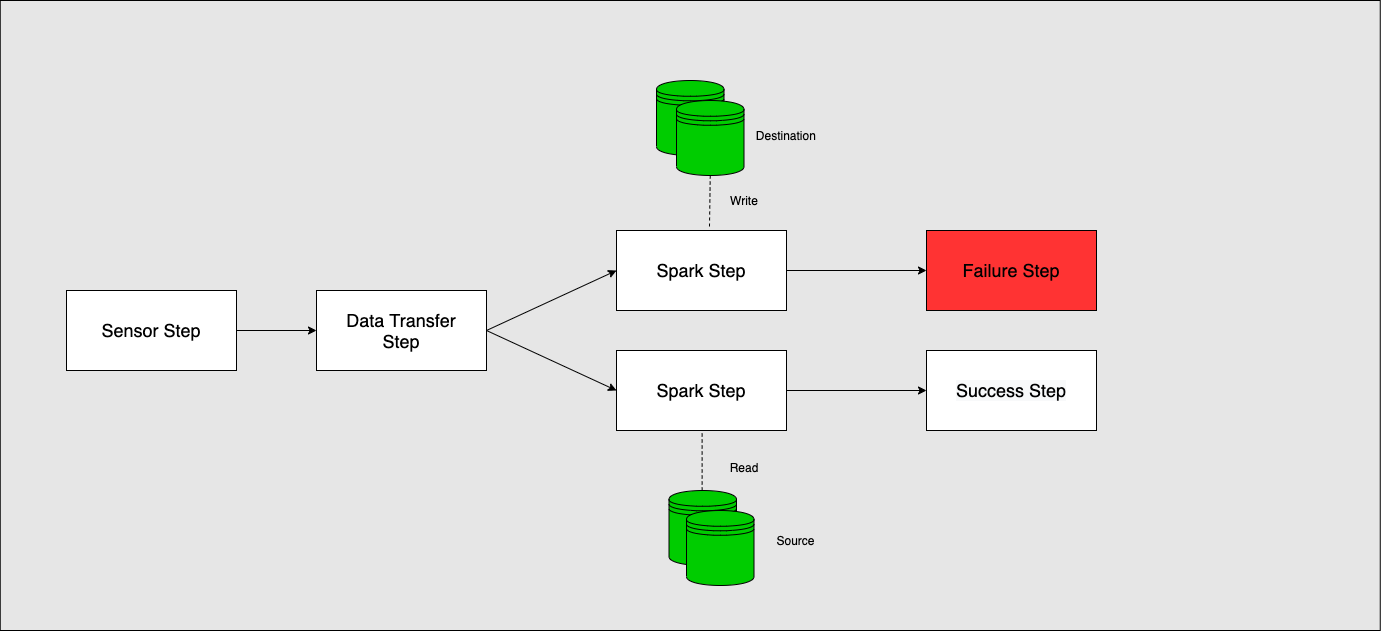
The draw.io diagram modules/docs/src/main/mdoc/docs/etlflow.png in tharwaninitin/etlflow, before a commit. Source tidied: cells renumbered, new cells last; positions are measured from the earlier drawing's top-left corner, leaving out a move shared by most shapes. Its diagram source:
```xml
<mxGraphModel>
  <root>
    <mxCell id="0" />
    <mxCell id="1" parent="0" />
    <mxCell id="2" style="rounded=0;whiteSpace=wrap;html=1;fillColor=#E6E6E6;" parent="1" vertex="1">
      <mxGeometry x="-0.2" width="1380" height="630" as="geometry" />
    </mxCell>
    <mxCell id="3" style="rounded=0;whiteSpace=wrap;html=1;" parent="1" vertex="1">
      <mxGeometry x="66" y="290" width="170" height="80" as="geometry" />
    </mxCell>
    <mxCell id="4" style="rounded=0;whiteSpace=wrap;html=1;" parent="1" vertex="1">
      <mxGeometry x="616" y="350" width="170" height="80" as="geometry" />
    </mxCell>
    <mxCell id="5" style="rounded=0;whiteSpace=wrap;html=1;" parent="1" vertex="1">
      <mxGeometry x="616" y="230" width="170" height="80" as="geometry" />
    </mxCell>
    <mxCell id="6" style="rounded=0;whiteSpace=wrap;html=1;" parent="1" vertex="1">
      <mxGeometry x="316" y="290" width="170" height="80" as="geometry" />
    </mxCell>
    <mxCell id="7" value="&lt;meta charset=&quot;utf-8&quot;&gt;&lt;font style=&quot;color: rgb(0, 0, 0); font-family: helvetica; font-style: normal; font-weight: 400; letter-spacing: normal; text-align: center; text-indent: 0px; text-transform: none; word-spacing: 0px; background-color: rgb(248, 249, 250); font-size: 18px;&quot;&gt;Success&amp;nbsp;&lt;/font&gt;&lt;span style=&quot;color: rgb(0, 0, 0); font-family: helvetica; font-style: normal; font-weight: 400; letter-spacing: normal; text-align: center; text-indent: 0px; text-transform: none; word-spacing: 0px; background-color: rgb(248, 249, 250); font-size: 18px;&quot;&gt;Step&lt;/span&gt;" style="rounded=0;whiteSpace=wrap;html=1;" parent="1" vertex="1">
      <mxGeometry x="926" y="350" width="170" height="80" as="geometry" />
    </mxCell>
    <mxCell id="8" style="rounded=0;whiteSpace=wrap;html=1;fillColor=#FF3333;" parent="1" vertex="1">
      <mxGeometry x="926" y="230" width="170" height="80" as="geometry" />
    </mxCell>
    <mxCell id="9" value="&lt;font style=&quot;font-size: 18px&quot;&gt;Sensor Step&lt;/font&gt;" style="text;html=1;strokeColor=none;fillColor=none;align=center;verticalAlign=middle;whiteSpace=wrap;rounded=0;" parent="1" vertex="1">
      <mxGeometry x="76" y="310" width="150" height="40" as="geometry" />
    </mxCell>
    <mxCell id="10" value="&lt;font style=&quot;font-size: 18px&quot;&gt;Spark Step&lt;/font&gt;" style="text;html=1;strokeColor=none;fillColor=none;align=center;verticalAlign=middle;whiteSpace=wrap;rounded=0;" parent="1" vertex="1">
      <mxGeometry x="626" y="250" width="150" height="40" as="geometry" />
    </mxCell>
    <mxCell id="11" value="&lt;font style=&quot;font-size: 18px&quot;&gt;Data Transfer Step&lt;/font&gt;" style="text;html=1;strokeColor=none;fillColor=none;align=center;verticalAlign=middle;whiteSpace=wrap;rounded=0;" parent="1" vertex="1">
      <mxGeometry x="326" y="310" width="150" height="40" as="geometry" />
    </mxCell>
    <mxCell id="12" value="&lt;font style=&quot;font-size: 18px&quot;&gt;Failure&amp;nbsp;&lt;/font&gt;&lt;span style=&quot;font-size: 18px&quot;&gt;Step&lt;/span&gt;" style="text;html=1;strokeColor=none;fillColor=none;align=center;verticalAlign=middle;whiteSpace=wrap;rounded=0;" parent="1" vertex="1">
      <mxGeometry x="936" y="250" width="150" height="40" as="geometry" />
    </mxCell>
    <mxCell id="13" style="endArrow=classic;html=1;entryX=0;entryY=0.5;entryDx=0;entryDy=0;exitX=1;exitY=0.5;exitDx=0;exitDy=0;" parent="1" edge="1" source="3" target="6">
      <mxGeometry relative="1" as="geometry" />
    </mxCell>
    <mxCell id="14" style="endArrow=classic;html=1;entryX=0;entryY=0.5;entryDx=0;entryDy=0;" parent="1" edge="1" target="4">
      <mxGeometry relative="1" as="geometry">
        <mxPoint x="486" y="330" as="sourcePoint" />
      </mxGeometry>
    </mxCell>
    <mxCell id="15" style="endArrow=classic;html=1;entryX=0;entryY=0.5;entryDx=0;entryDy=0;" parent="1" edge="1" target="5">
      <mxGeometry relative="1" as="geometry">
        <mxPoint x="486" y="330" as="sourcePoint" />
      </mxGeometry>
    </mxCell>
    <mxCell id="16" style="shape=datastore;whiteSpace=wrap;html=1;fillColor=#00CC00;" parent="1" vertex="1">
      <mxGeometry x="656" y="80" width="67.5" height="75" as="geometry" />
    </mxCell>
    <mxCell id="17" value="&lt;font style=&quot;font-size: 18px&quot;&gt;Spark Step&lt;/font&gt;" style="text;html=1;strokeColor=none;fillColor=none;align=center;verticalAlign=middle;whiteSpace=wrap;rounded=0;" parent="1" vertex="1">
      <mxGeometry x="626" y="370" width="150" height="40" as="geometry" />
    </mxCell>
    <mxCell id="18" style="shape=datastore;whiteSpace=wrap;html=1;fillColor=#00CC00;" parent="1" vertex="1">
      <mxGeometry x="676" y="100" width="67.5" height="75" as="geometry" />
    </mxCell>
    <mxCell id="19" style="shape=datastore;whiteSpace=wrap;html=1;fillColor=#00CC00;" parent="1" vertex="1">
      <mxGeometry x="668.5" y="490" width="67.5" height="75" as="geometry" />
    </mxCell>
    <mxCell id="20" style="shape=datastore;whiteSpace=wrap;html=1;fillColor=#00CC00;" parent="1" vertex="1">
      <mxGeometry x="686" y="510" width="67.5" height="75" as="geometry" />
    </mxCell>
    <mxCell id="21" style="endArrow=none;dashed=1;html=1;entryX=0.5;entryY=1;entryDx=0;entryDy=0;exitX=0.547;exitY=-0.05;exitDx=0;exitDy=0;exitPerimeter=0;" parent="1" edge="1" source="5" target="18">
      <mxGeometry relative="1" as="geometry" />
    </mxCell>
    <mxCell id="22" style="endArrow=none;dashed=1;html=1;entryX=0.5;entryY=1;entryDx=0;entryDy=0;exitX=0.491;exitY=0;exitDx=0;exitDy=0;exitPerimeter=0;" parent="1" edge="1" source="19">
      <mxGeometry relative="1" as="geometry">
        <mxPoint x="701.6" y="430" as="targetPoint" />
      </mxGeometry>
    </mxCell>
    <mxCell id="23" style="endArrow=classic;html=1;entryX=0;entryY=0.5;entryDx=0;entryDy=0;" parent="1" edge="1" target="8">
      <mxGeometry relative="1" as="geometry">
        <mxPoint x="786" y="270" as="sourcePoint" />
      </mxGeometry>
    </mxCell>
    <mxCell id="24" style="endArrow=classic;html=1;entryX=0;entryY=0.5;entryDx=0;entryDy=0;exitX=1;exitY=0.5;exitDx=0;exitDy=0;" parent="1" edge="1" source="4" target="7">
      <mxGeometry relative="1" as="geometry" />
    </mxCell>
    <mxCell id="25" value="Destination&amp;nbsp;" style="text;html=1;strokeColor=none;fillColor=none;align=center;verticalAlign=middle;whiteSpace=wrap;rounded=0;" parent="1" vertex="1">
      <mxGeometry x="716" y="95" width="142.5" height="80" as="geometry" />
    </mxCell>
    <mxCell id="26" value="Source" style="text;html=1;strokeColor=none;fillColor=none;align=center;verticalAlign=middle;whiteSpace=wrap;rounded=0;" parent="1" vertex="1">
      <mxGeometry x="723.5" y="500" width="142.5" height="80" as="geometry" />
    </mxCell>
    <mxCell id="27" value="Write" style="text;html=1;strokeColor=none;fillColor=none;align=center;verticalAlign=middle;whiteSpace=wrap;rounded=0;" parent="1" vertex="1">
      <mxGeometry x="723.5" y="190" width="40" height="20" as="geometry" />
    </mxCell>
    <mxCell id="28" value="&amp;nbsp; &amp;nbsp; Read" style="text;html=1;strokeColor=none;fillColor=none;align=center;verticalAlign=middle;whiteSpace=wrap;rounded=0;" parent="1" vertex="1">
      <mxGeometry x="723.5" y="450" width="40" height="20" as="geometry" />
    </mxCell>
  </root>
</mxGraphModel>
```
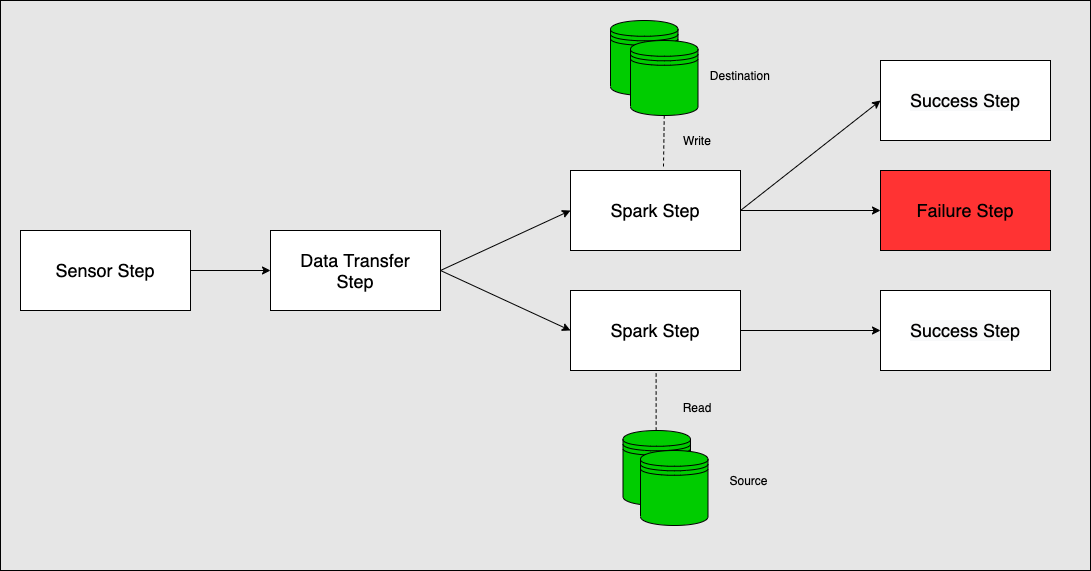
After the commit.

What changed in the source:
```diff
@@ -3,7 +3,7 @@
     <mxCell id="0" />
     <mxCell id="1" parent="0" />
     <mxCell id="2" style="rounded=0;whiteSpace=wrap;html=1;fillColor=#E6E6E6;" parent="1" vertex="1">
-      <mxGeometry x="-0.2" width="1380" height="630" as="geometry" />
+      <mxGeometry x="46" y="60" width="1090" height="570" as="geometry" />
     </mxCell>
     <mxCell id="3" style="rounded=0;whiteSpace=wrap;html=1;" parent="1" vertex="1">
       <mxGeometry x="66" y="290" width="170" height="80" as="geometry" />
@@ -91,5 +91,13 @@
     <mxCell id="28" value="&amp;nbsp; &amp;nbsp; Read" style="text;html=1;strokeColor=none;fillColor=none;align=center;verticalAlign=middle;whiteSpace=wrap;rounded=0;" parent="1" vertex="1">
       <mxGeometry x="723.5" y="450" width="40" height="20" as="geometry" />
     </mxCell>
+    <mxCell id="29" value="&lt;meta charset=&quot;utf-8&quot;&gt;&lt;font style=&quot;color: rgb(0, 0, 0); font-family: helvetica; font-style: normal; font-weight: 400; letter-spacing: normal; text-align: center; text-indent: 0px; text-transform: none; word-spacing: 0px; background-color: rgb(248, 249, 250); font-size: 18px;&quot;&gt;Success&amp;nbsp;&lt;/font&gt;&lt;span style=&quot;color: rgb(0, 0, 0); font-family: helvetica; font-style: normal; font-weight: 400; letter-spacing: normal; text-align: center; text-indent: 0px; text-transform: none; word-spacing: 0px; background-color: rgb(248, 249, 250); font-size: 18px;&quot;&gt;Step&lt;/span&gt;" style="rounded=0;whiteSpace=wrap;html=1;" parent="1" vertex="1">
+      <mxGeometry x="926" y="120" width="170" height="80" as="geometry" />
+    </mxCell>
+    <mxCell id="30" style="endArrow=classic;html=1;entryX=0;entryY=0.5;entryDx=0;entryDy=0;" parent="1" edge="1" target="29">
+      <mxGeometry relative="1" as="geometry">
+        <mxPoint x="786" y="270" as="sourcePoint" />
+      </mxGeometry>
+    </mxCell>
   </root>
 </mxGraphModel>
```
